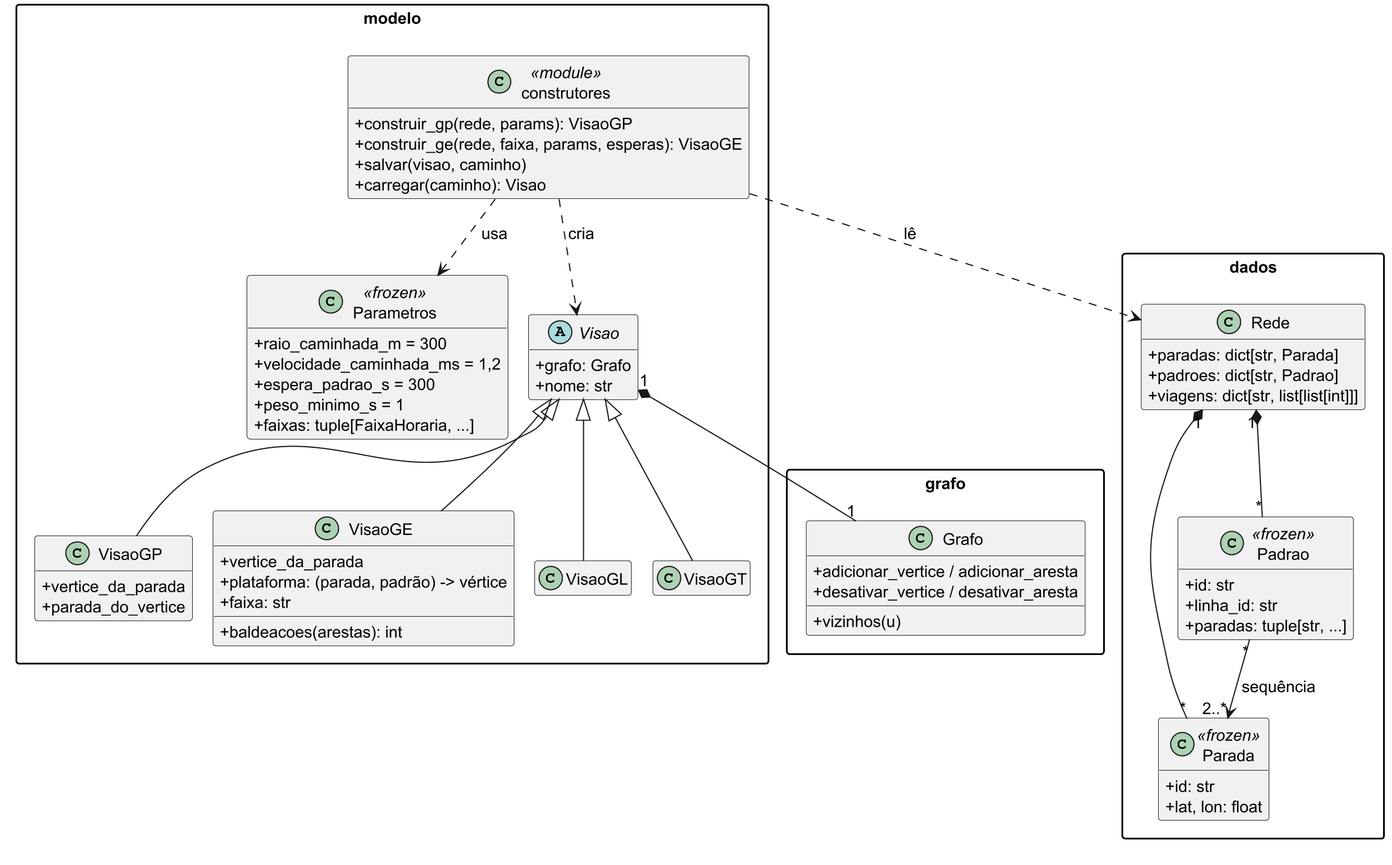
Earlier version of the PlantUML export relatorio/figuras/classes-modelo.png (henriquegdc/grafos-transporte-bh). Its diagram source:
```plantuml
@startuml classes-modelo
!pragma layout smetana
skinparam dpi 200
skinparam classAttributeIconSize 0
skinparam packageStyle rectangle
skinparam defaultFontSize 14
skinparam shadowing false
hide empty members

package "dados" {
  class Rede {
    +paradas: dict[str, Parada]
    +padroes: dict[str, Padrao]
    +viagens: dict[str, list[list[int]]]
  }
  class Parada <<frozen>> {
    +id: str
    +lat, lon: float
  }
  class Padrao <<frozen>> {
    +id: str
    +linha_id: str
    +paradas: tuple[str, ...]
  }
}

package "modelo" {
  class construtores <<module>> {
    +construir_gp(rede, params): VisaoGP
    +construir_ge(rede, faixa, params, esperas): VisaoGE
    +salvar(visao, caminho)
    +carregar(caminho): Visao
  }
  class Parametros <<frozen>> {
    +raio_caminhada_m = 300
    +velocidade_caminhada_ms = 1,2
    +espera_padrao_s = 300
    +peso_minimo_s = 1
    +faixas: tuple[FaixaHoraria, ...]
  }
  abstract class Visao {
    +grafo: Grafo
    +nome: str
  }
  class VisaoGP {
    +vertice_da_parada
    +parada_do_vertice
  }
  class VisaoGE {
    +vertice_da_parada
    +{field} plataforma: (parada, padrão) -> vértice
    +faixa: str
    +baldeacoes(arestas): int
  }
  class VisaoGL
  class VisaoGT
}

package "grafo" {
  class Grafo {
    +adicionar_vertice / adicionar_aresta
    +vizinhos(u)
    +desativar_vertice / desativar_aresta
  }
}

Rede "1" *-- "*" Parada
Rede "1" *-- "*" Padrao
Padrao "*" --> "2..*" Parada : sequência
construtores ..> Rede : lê
construtores ..> Parametros : usa
construtores ..> Visao : cria
Visao <|-- VisaoGP
Visao <|-- VisaoGE
Visao <|-- VisaoGL
Visao <|-- VisaoGT
Visao "1" *-- "1" Grafo
@enduml
```
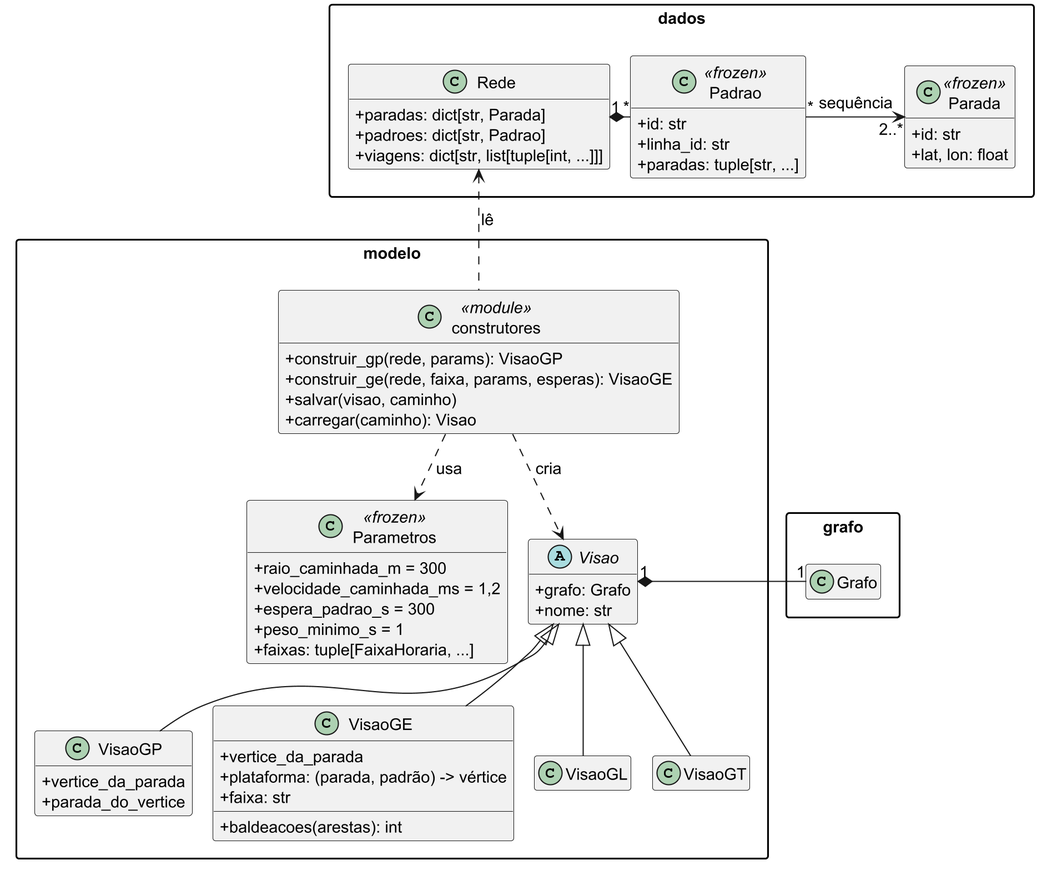
After the commit.

The edit, as a diff of the source:
```diff
@@ -11,7 +11,7 @@
   class Rede {
     +paradas: dict[str, Parada]
     +padroes: dict[str, Padrao]
-    +viagens: dict[str, list[list[int]]]
+    +viagens: dict[str, list[tuple[int, ...]]]
   }
   class Parada <<frozen>> {
     +id: str
@@ -57,22 +57,17 @@
 }
 
 package "grafo" {
-  class Grafo {
-    +adicionar_vertice / adicionar_aresta
-    +vizinhos(u)
-    +desativar_vertice / desativar_aresta
-  }
+  class Grafo
 }
 
-Rede "1" *-- "*" Parada
-Rede "1" *-- "*" Padrao
-Padrao "*" --> "2..*" Parada : sequência
-construtores ..> Rede : lê
+Rede "1" *-right- "*" Padrao
+Padrao "*" -right-> "2..*" Parada : sequência
+construtores .up.> Rede : lê
 construtores ..> Parametros : usa
 construtores ..> Visao : cria
 Visao <|-- VisaoGP
 Visao <|-- VisaoGE
 Visao <|-- VisaoGL
 Visao <|-- VisaoGT
-Visao "1" *-- "1" Grafo
+Visao "1" *-right- "1" Grafo
 @enduml
```
